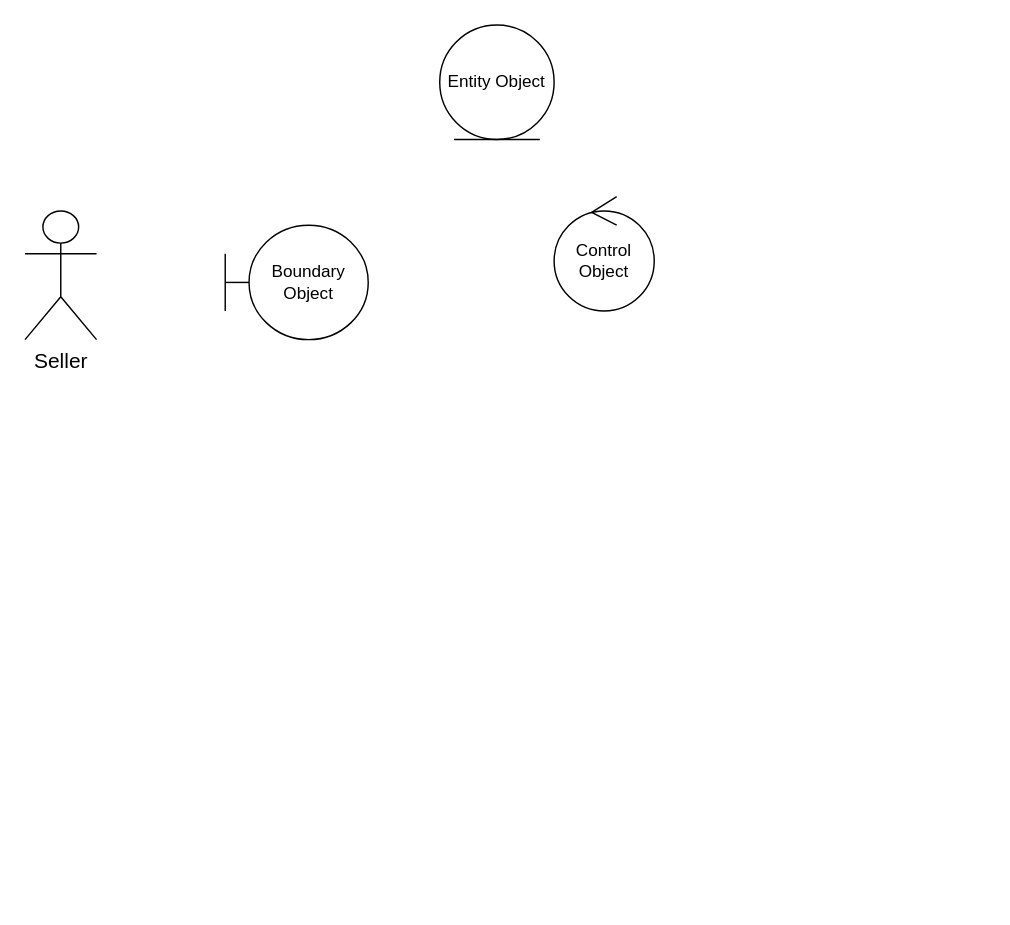
Earlier version of the draw.io diagram page "Page-1" (1 of 2) of Record and Send Order Info.drawio (munkeawtoast/isad-diagrams). Source tidied: cells renumbered, new cells numbered last; positions are measured from the earlier drawing's top-left corner, leaving out a move shared by most shapes. Both pictures are drawn from the tidied source at 143%, with x=0, y=0 at pixel (24, 24).
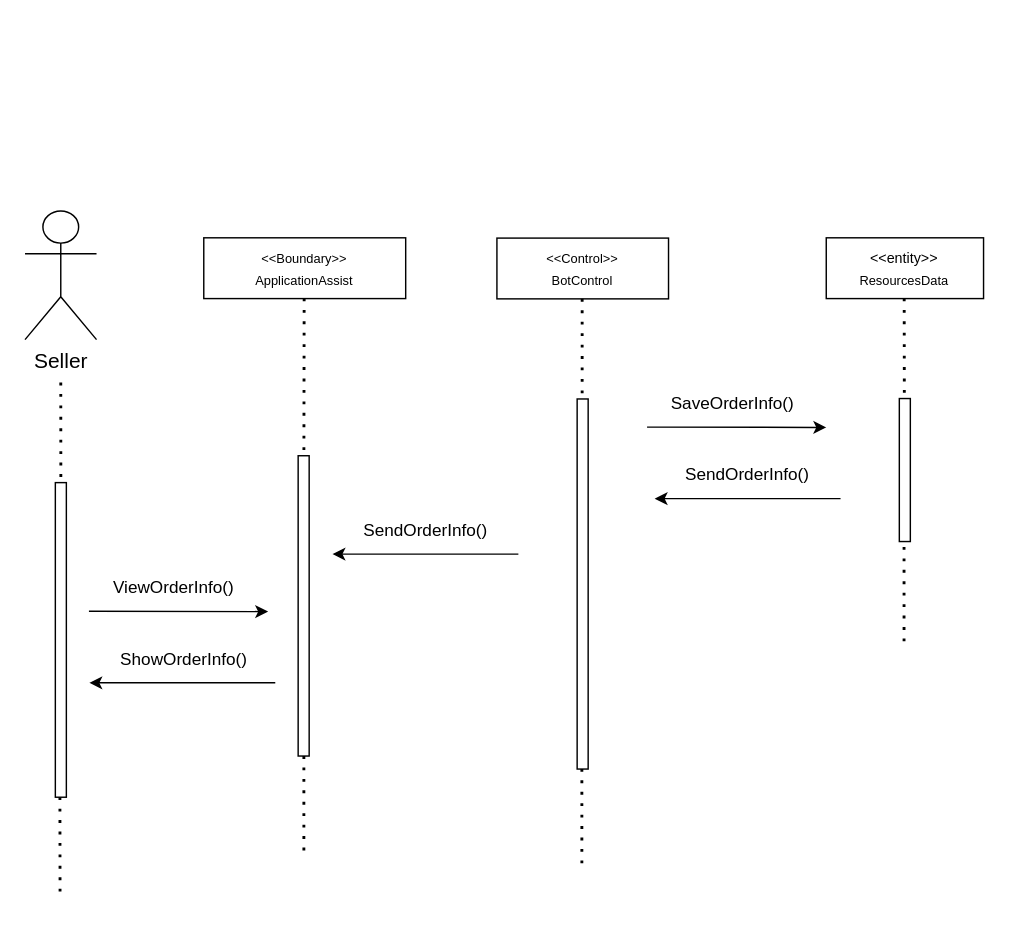
The same diagram, later.

The edit, as a diff of the source:
```diff
@@
-    <mxCell id="3" value="Boundary Object" style="shape=umlBoundary;whiteSpace=wrap;html=1;" parent="1" vertex="1">
-      <mxGeometry x="140" y="140" width="100" height="80" as="geometry" />
-    </mxCell>
-    <mxCell id="4" value="Control Object" style="ellipse;shape=umlControl;whiteSpace=wrap;html=1;" parent="1" vertex="1">
-      <mxGeometry x="370" y="120" width="70" height="80" as="geometry" />
-    </mxCell>
-    <mxCell id="5" value="Entity Object" style="ellipse;shape=umlEntity;whiteSpace=wrap;html=1;" parent="1" vertex="1">
-      <mxGeometry x="290" width="80" height="80" as="geometry" />
-    </mxCell>
+    <mxCell id="6" style="rounded=0;whiteSpace=wrap;html=1;fontSize=9;" parent="1" vertex="1">
+      <mxGeometry x="21.2" y="320" width="7.7" height="220" as="geometry" />
+    </mxCell>
+    <mxCell id="7" style="endArrow=none;dashed=1;html=1;dashPattern=1 3;strokeWidth=2;startArrow=none;entryX=0.5;entryY=0;entryDx=0;entryDy=0;" parent="1" edge="1" target="6">
+      <mxGeometry relative="1" as="geometry">
+        <mxPoint x="25" y="250" as="sourcePoint" />
+      </mxGeometry>
+    </mxCell>
+    <mxCell id="8" value="&lt;font style=&quot;font-size: 9px;&quot;&gt;&amp;lt;&amp;lt;Control&amp;gt;&amp;gt;&lt;br&gt;BotControl&lt;br&gt;&lt;/font&gt;" style="rounded=0;whiteSpace=wrap;html=1;" parent="1" vertex="1">
+      <mxGeometry x="330" y="149" width="120" height="42.5" as="geometry" />
+    </mxCell>
+    <mxCell id="9" value="&lt;font style=&quot;&quot;&gt;&lt;font size=&quot;1&quot;&gt;&amp;lt;&amp;lt;entity&amp;gt;&amp;gt;&lt;/font&gt;&lt;br&gt;&lt;span style=&quot;text-align: left;&quot;&gt;&lt;font style=&quot;font-size: 9px;&quot;&gt;ResourcesData&lt;/font&gt;&lt;/span&gt;&lt;br&gt;&lt;/font&gt;" style="rounded=0;whiteSpace=wrap;html=1;" parent="1" vertex="1">
+      <mxGeometry x="560.3" y="148.8" width="110" height="42.5" as="geometry" />
+    </mxCell>
+    <mxCell id="10" value="&lt;font style=&quot;font-size: 9px;&quot;&gt;&amp;lt;&amp;lt;Boundary&amp;gt;&amp;gt;&lt;br&gt;ApplicationAssist&lt;br&gt;&lt;/font&gt;" style="rounded=0;whiteSpace=wrap;html=1;" parent="1" vertex="1">
+      <mxGeometry x="125" y="148.8" width="141.2" height="42.5" as="geometry" />
+    </mxCell>
+    <mxCell id="11" style="endArrow=classic;html=1;fontSize=9;exitX=1.081;exitY=0.094;exitDx=0;exitDy=0;exitPerimeter=0;entryX=1.3;entryY=0.584;entryDx=0;entryDy=0;entryPerimeter=0;" parent="1" edge="1">
+      <mxGeometry relative="1" as="geometry">
+        <mxPoint x="570.3" y="331.2" as="sourcePoint" />
+        <mxPoint x="440.3" y="331.2" as="targetPoint" />
+      </mxGeometry>
+    </mxCell>
+    <mxCell id="12" value="SendOrderInfo()" style="text;whiteSpace=wrap;html=1;" parent="1" vertex="1">
+      <mxGeometry x="460.3" y="301.2" width="110" height="40" as="geometry" />
+    </mxCell>
+    <mxCell id="13" style="endArrow=classic;html=1;fontSize=9;entryX=-0.265;entryY=0.418;entryDx=0;entryDy=0;entryPerimeter=0;" parent="1" edge="1">
+      <mxGeometry relative="1" as="geometry">
+        <mxPoint x="435" y="281.2" as="sourcePoint" />
+        <mxPoint x="560.3" y="281.4" as="targetPoint" />
+      </mxGeometry>
+    </mxCell>
+    <mxCell id="14" value="SaveOrderInfo()" style="text;whiteSpace=wrap;html=1;" parent="1" vertex="1">
+      <mxGeometry x="450.3" y="251.2" width="110" height="40" as="geometry" />
+    </mxCell>
+    <mxCell id="15" style="endArrow=classic;html=1;fontSize=9;exitX=1.081;exitY=0.094;exitDx=0;exitDy=0;exitPerimeter=0;entryX=1.3;entryY=0.584;entryDx=0;entryDy=0;entryPerimeter=0;" parent="1" edge="1">
+      <mxGeometry relative="1" as="geometry">
+        <mxPoint x="345" y="370" as="sourcePoint" />
+        <mxPoint x="215" y="370" as="targetPoint" />
+      </mxGeometry>
+    </mxCell>
+    <mxCell id="16" value="SendOrderInfo()" style="text;whiteSpace=wrap;html=1;" parent="1" vertex="1">
+      <mxGeometry x="235" y="340" width="110" height="40" as="geometry" />
+    </mxCell>
+    <mxCell id="17" style="endArrow=classic;html=1;fontSize=9;exitX=1.081;exitY=0.094;exitDx=0;exitDy=0;exitPerimeter=0;entryX=1.3;entryY=0.584;entryDx=0;entryDy=0;entryPerimeter=0;" parent="1" edge="1">
+      <mxGeometry relative="1" as="geometry">
+        <mxPoint x="175" y="460" as="sourcePoint" />
+        <mxPoint x="45" y="460" as="targetPoint" />
+      </mxGeometry>
+    </mxCell>
+    <mxCell id="18" value="ShowOrderInfo()" style="text;whiteSpace=wrap;html=1;" parent="1" vertex="1">
+      <mxGeometry x="65" y="430" width="110" height="40" as="geometry" />
+    </mxCell>
+    <mxCell id="19" style="endArrow=classic;html=1;fontSize=9;entryX=-0.265;entryY=0.418;entryDx=0;entryDy=0;entryPerimeter=0;" parent="1" edge="1">
+      <mxGeometry relative="1" as="geometry">
+        <mxPoint x="44.7" y="410" as="sourcePoint" />
+        <mxPoint x="170" y="410.2" as="targetPoint" />
+      </mxGeometry>
+    </mxCell>
+    <mxCell id="20" value="&lt;div style=&quot;text-align: center;&quot;&gt;&lt;span style=&quot;background-color: initial;&quot;&gt;ViewOrderInfo()&lt;/span&gt;&lt;/div&gt;" style="text;whiteSpace=wrap;html=1;" parent="1" vertex="1">
+      <mxGeometry x="60" y="380" width="110" height="40" as="geometry" />
+    </mxCell>
+    <mxCell id="21" style="rounded=0;whiteSpace=wrap;html=1;fontSize=9;" parent="1" vertex="1">
+      <mxGeometry x="386.1" y="261.5" width="7.7" height="258.8" as="geometry" />
+    </mxCell>
+    <mxCell id="22" style="endArrow=none;dashed=1;html=1;dashPattern=1 3;strokeWidth=2;startArrow=none;entryX=0.5;entryY=0;entryDx=0;entryDy=0;" parent="1" edge="1">
+      <mxGeometry relative="1" as="geometry">
+        <mxPoint x="389.6" y="191.5" as="sourcePoint" />
+        <mxPoint x="389.6" y="261.5" as="targetPoint" />
+      </mxGeometry>
+    </mxCell>
+    <mxCell id="23" style="endArrow=none;dashed=1;html=1;dashPattern=1 3;strokeWidth=2;startArrow=none;entryX=0.5;entryY=0;entryDx=0;entryDy=0;" parent="1" edge="1">
+      <mxGeometry relative="1" as="geometry">
+        <mxPoint x="389.4" y="520.2" as="sourcePoint" />
+        <mxPoint x="389.4" y="590.2" as="targetPoint" />
+      </mxGeometry>
+    </mxCell>
+    <mxCell id="24" style="endArrow=none;dashed=1;html=1;dashPattern=1 3;strokeWidth=2;startArrow=none;entryX=0.5;entryY=0;entryDx=0;entryDy=0;" parent="1" edge="1">
+      <mxGeometry relative="1" as="geometry">
+        <mxPoint x="614.8" y="191.2" as="sourcePoint" />
+        <mxPoint x="614.9" y="261.2" as="targetPoint" />
+      </mxGeometry>
+    </mxCell>
+    <mxCell id="25" style="endArrow=none;dashed=1;html=1;dashPattern=1 3;strokeWidth=2;startArrow=none;" parent="1" edge="1">
+      <mxGeometry relative="1" as="geometry">
+        <mxPoint x="195.2" y="191.2" as="sourcePoint" />
+        <mxPoint x="195" y="311.2" as="targetPoint" />
+      </mxGeometry>
+    </mxCell>
+    <mxCell id="26" style="rounded=0;whiteSpace=wrap;html=1;fontSize=9;" parent="1" vertex="1">
+      <mxGeometry x="191" y="301.2" width="7.7" height="210" as="geometry" />
+    </mxCell>
+    <mxCell id="27" style="rounded=0;whiteSpace=wrap;html=1;fontSize=9;" parent="1" vertex="1">
+      <mxGeometry x="611.4" y="261.2" width="7.7" height="100" as="geometry" />
+    </mxCell>
+    <mxCell id="28" style="endArrow=none;dashed=1;html=1;dashPattern=1 3;strokeWidth=2;startArrow=none;entryX=0.5;entryY=0;entryDx=0;entryDy=0;" parent="1" edge="1">
+      <mxGeometry relative="1" as="geometry">
+        <mxPoint x="24.4" y="540" as="sourcePoint" />
+        <mxPoint x="24.5" y="610" as="targetPoint" />
+      </mxGeometry>
+    </mxCell>
+    <mxCell id="29" style="endArrow=none;dashed=1;html=1;dashPattern=1 3;strokeWidth=2;startArrow=none;entryX=0.5;entryY=0;entryDx=0;entryDy=0;" parent="1" edge="1">
+      <mxGeometry relative="1" as="geometry">
+        <mxPoint x="614.7" y="365" as="sourcePoint" />
+        <mxPoint x="614.7" y="435" as="targetPoint" />
+      </mxGeometry>
+    </mxCell>
+    <mxCell id="30" style="endArrow=none;dashed=1;html=1;dashPattern=1 3;strokeWidth=2;startArrow=none;entryX=0.5;entryY=0;entryDx=0;entryDy=0;" parent="1" edge="1">
+      <mxGeometry relative="1" as="geometry">
+        <mxPoint x="195" y="511.2" as="sourcePoint" />
+        <mxPoint x="195" y="581.2" as="targetPoint" />
+      </mxGeometry>
+    </mxCell>
```
